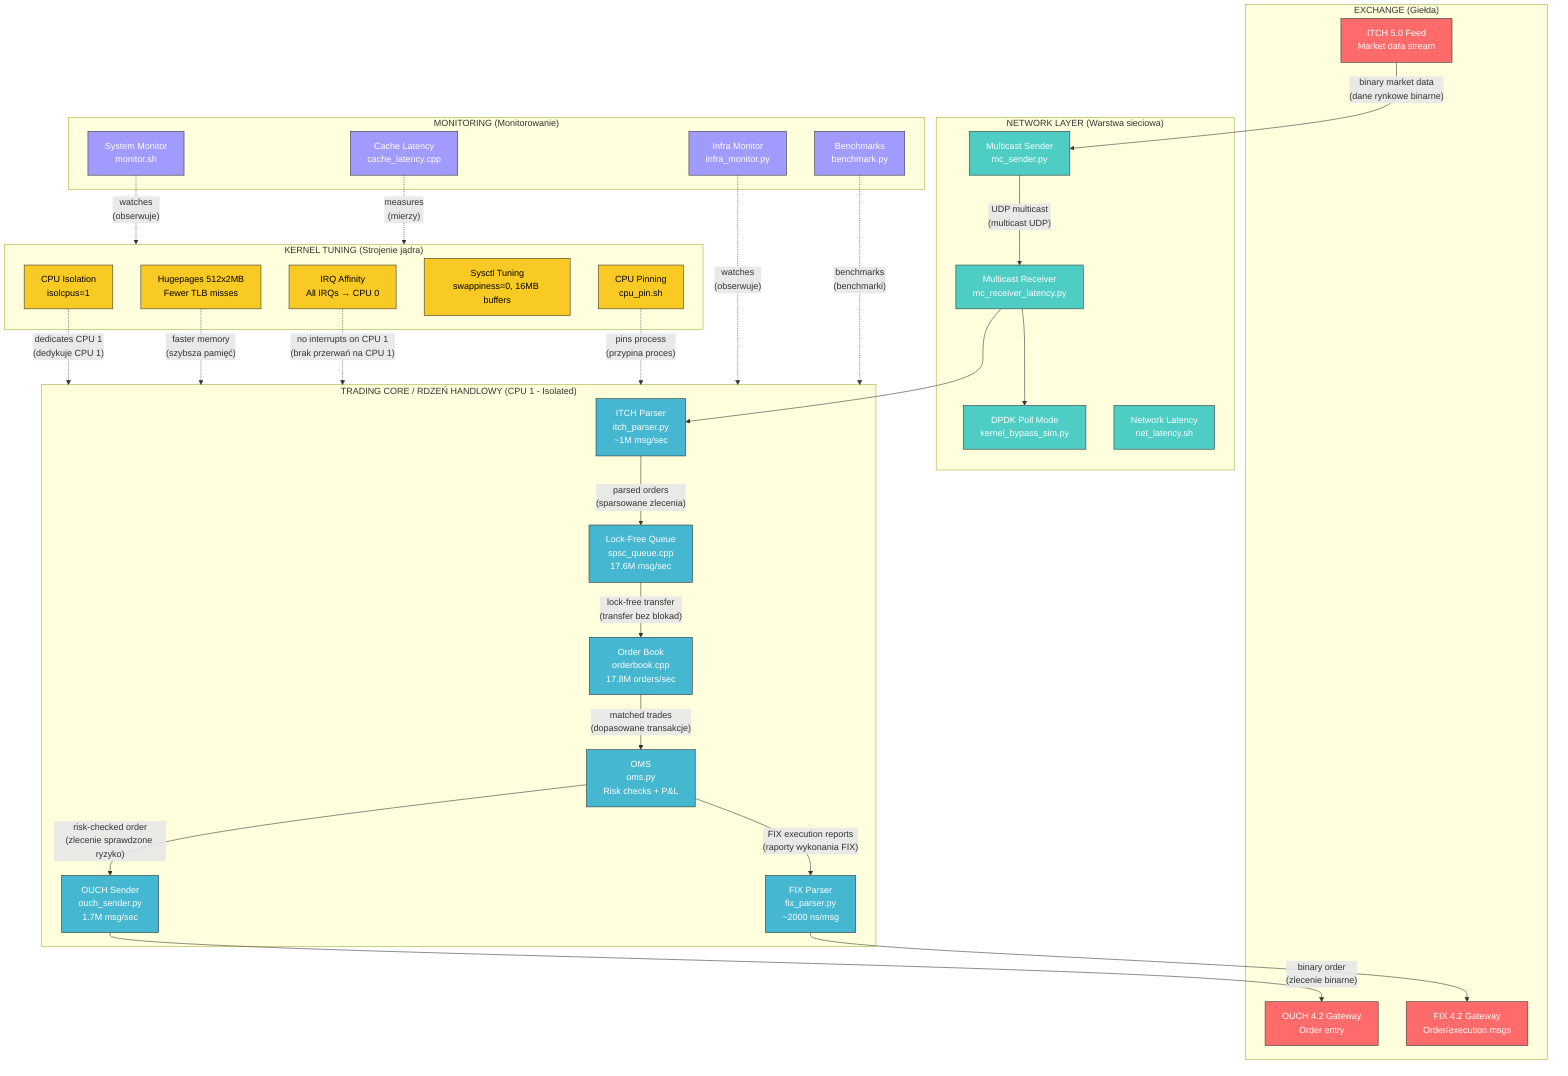
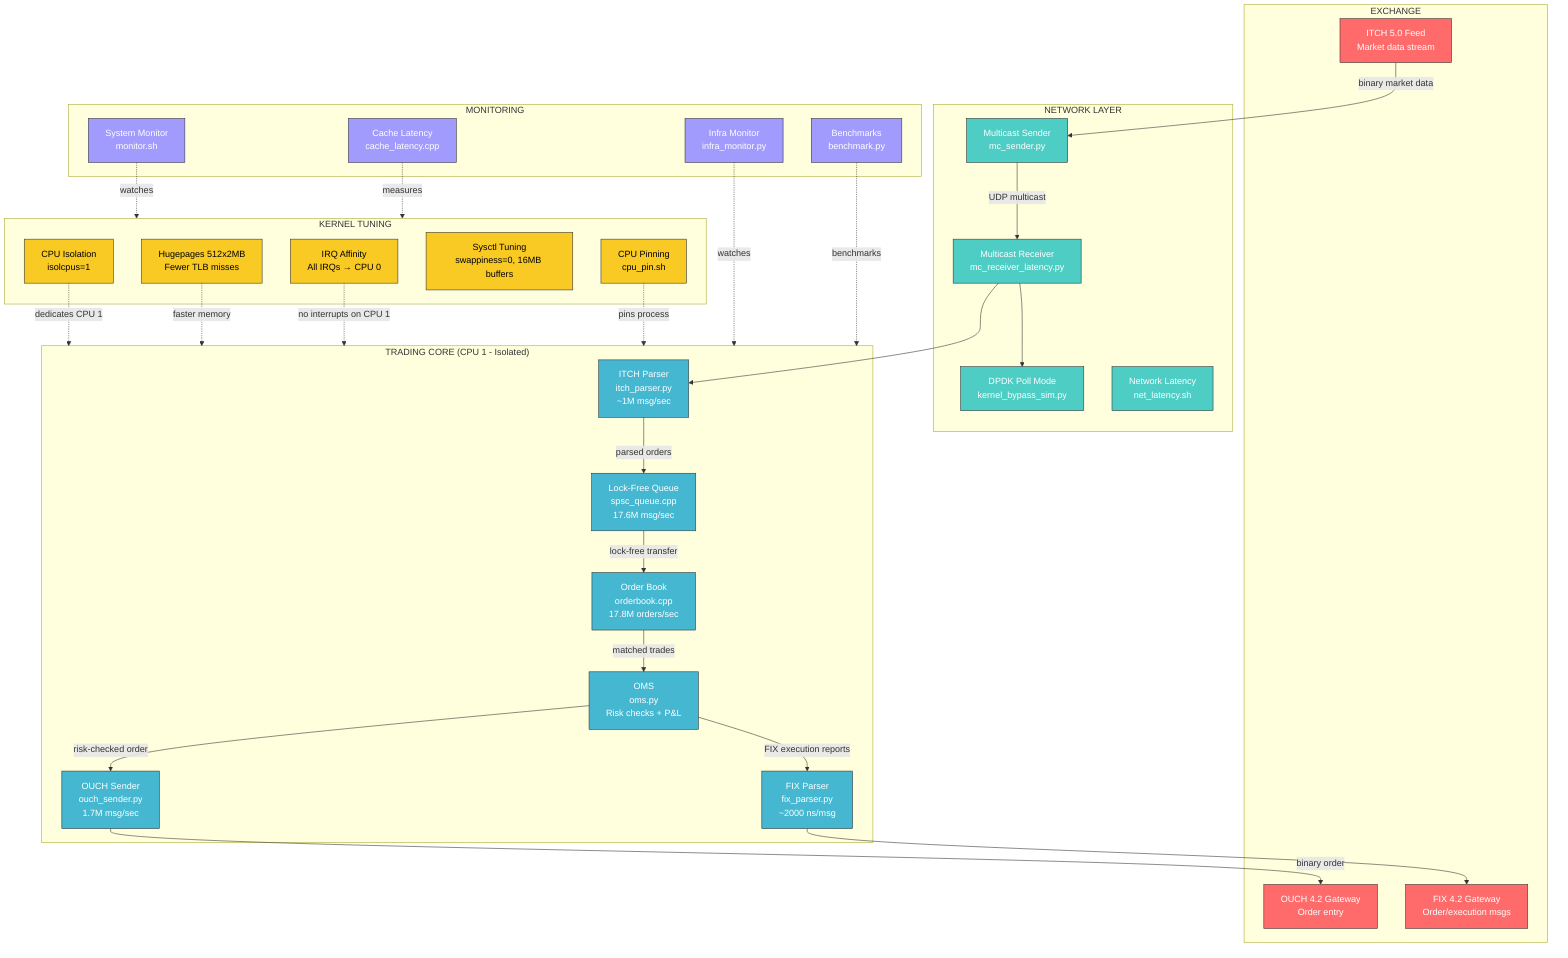
graph TB
-     subgraph Exchange["EXCHANGE (Giełda)"]
+     subgraph Exchange["EXCHANGE"]
        ITCH_FEED["ITCH 5.0 Feed<br/>Market data stream"]
        OUCH_GW["OUCH 4.2 Gateway<br/>Order entry"]
        FIX_GW["FIX 4.2 Gateway<br/>Order/execution msgs"]
    end

-     subgraph Network["NETWORK LAYER (Warstwa sieciowa)"]
+     subgraph Network["NETWORK LAYER"]
        MC_SEND["Multicast Sender<br/>mc_sender.py"]
        MC_RECV["Multicast Receiver<br/>mc_receiver_latency.py"]
        DPDK["DPDK Poll Mode<br/>kernel_bypass_sim.py"]
        NET_LAT["Network Latency<br/>net_latency.sh"]
    end

-     subgraph TradingCore["TRADING CORE / RDZEŃ HANDLOWY (CPU 1 - Isolated)"]
+     subgraph TradingCore["TRADING CORE (CPU 1 - Isolated)"]
        ITCH_PARSE["ITCH Parser<br/>itch_parser.py<br/>~1M msg/sec"]
        OUCH_SEND["OUCH Sender<br/>ouch_sender.py<br/>1.7M msg/sec"]
        FIX_PARSE["FIX Parser<br/>fix_parser.py<br/>~2000 ns/msg"]
        ORDERBOOK["Order Book<br/>orderbook.cpp<br/>17.8M orders/sec"]
        SPSC["Lock-Free Queue<br/>spsc_queue.cpp<br/>17.6M msg/sec"]
        OMS_SYS["OMS<br/>oms.py<br/>Risk checks + P&L"]
    end

-     subgraph KernelTuning["KERNEL TUNING (Strojenie jądra)"]
+     subgraph KernelTuning["KERNEL TUNING"]
        HUGE["Hugepages 512x2MB<br/>Fewer TLB misses"]
        ISOL["CPU Isolation<br/>isolcpus=1"]
        IRQ["IRQ Affinity<br/>All IRQs → CPU 0"]
        SYSCTL["Sysctl Tuning<br/>swappiness=0, 16MB buffers"]
        CPUPIN["CPU Pinning<br/>cpu_pin.sh"]
    end

-     subgraph Monitoring["MONITORING (Monitorowanie)"]
+     subgraph Monitoring["MONITORING"]
        MONITOR["Infra Monitor<br/>infra_monitor.py"]
        MON_SH["System Monitor<br/>monitor.sh"]
        CACHE_LAT["Cache Latency<br/>cache_latency.cpp"]
        BENCH["Benchmarks<br/>benchmark.py"]
    end

    %% Data flow
-     ITCH_FEED -->|"binary market data<br/>(dane rynkowe binarne)"| MC_SEND
-     MC_SEND -->|"UDP multicast<br/>(multicast UDP)"| MC_RECV
+     ITCH_FEED -->|"binary market data"| MC_SEND
+     MC_SEND -->|"UDP multicast"| MC_RECV
    MC_RECV --> ITCH_PARSE
    MC_RECV --> DPDK

-     ITCH_PARSE -->|"parsed orders<br/>(sparsowane zlecenia)"| SPSC
-     SPSC -->|"lock-free transfer<br/>(transfer bez blokad)"| ORDERBOOK
-     ORDERBOOK -->|"matched trades<br/>(dopasowane transakcje)"| OMS_SYS
-     OMS_SYS -->|"risk-checked order<br/>(zlecenie sprawdzone ryzyko)"| OUCH_SEND
-     OMS_SYS -->|"FIX execution reports<br/>(raporty wykonania FIX)"| FIX_PARSE
-     OUCH_SEND -->|"binary order<br/>(zlecenie binarne)"| OUCH_GW
+     ITCH_PARSE -->|"parsed orders"| SPSC
+     SPSC -->|"lock-free transfer"| ORDERBOOK
+     ORDERBOOK -->|"matched trades"| OMS_SYS
+     OMS_SYS -->|"risk-checked order"| OUCH_SEND
+     OMS_SYS -->|"FIX execution reports"| FIX_PARSE
+     OUCH_SEND -->|"binary order"| OUCH_GW
    FIX_PARSE --> FIX_GW

    %% Kernel tuning affects trading core
-     ISOL -.->|"dedicates CPU 1<br/>(dedykuje CPU 1)"| TradingCore
-     HUGE -.->|"faster memory<br/>(szybsza pamięć)"| TradingCore
-     IRQ -.->|"no interrupts on CPU 1<br/>(brak przerwań na CPU 1)"| TradingCore
-     CPUPIN -.->|"pins process<br/>(przypina proces)"| TradingCore
+     ISOL -.->|"dedicates CPU 1"| TradingCore
+     HUGE -.->|"faster memory"| TradingCore
+     IRQ -.->|"no interrupts on CPU 1"| TradingCore
+     CPUPIN -.->|"pins process"| TradingCore

    %% Monitoring
-     MONITOR -.->|"watches<br/>(obserwuje)"| TradingCore
-     MON_SH -.->|"watches<br/>(obserwuje)"| KernelTuning
-     CACHE_LAT -.->|"measures<br/>(mierzy)"| KernelTuning
-     BENCH -.->|"benchmarks<br/>(benchmarki)"| TradingCore
+     MONITOR -.->|"watches"| TradingCore
+     MON_SH -.->|"watches"| KernelTuning
+     CACHE_LAT -.->|"measures"| KernelTuning
+     BENCH -.->|"benchmarks"| TradingCore

    %% Styling
    classDef exchange fill:#ff6b6b,stroke:#333,color:#fff
    classDef network fill:#4ecdc4,stroke:#333,color:#fff
    classDef core fill:#45b7d1,stroke:#333,color:#fff
    classDef kernel fill:#f9ca24,stroke:#333,color:#000
    classDef monitor fill:#a29bfe,stroke:#333,color:#fff

    class ITCH_FEED,OUCH_GW,FIX_GW exchange
    class MC_SEND,MC_RECV,DPDK,NET_LAT network
    class ITCH_PARSE,OUCH_SEND,FIX_PARSE,ORDERBOOK,SPSC,OMS_SYS core
    class HUGE,ISOL,IRQ,SYSCTL,CPUPIN kernel
    class MONITOR,MON_SH,CACHE_LAT,BENCH monitor
